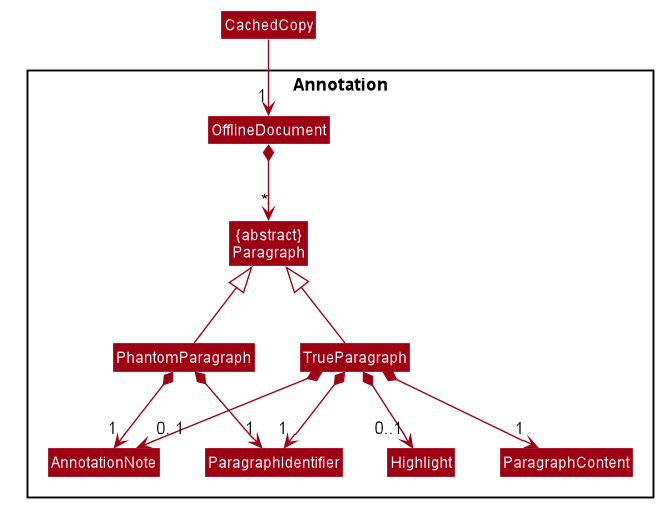
The PlantUML diagram images/AnnotationPackageClassDiagram.png in AY1920S1-CS2103T-T13-4/main, before a commit.
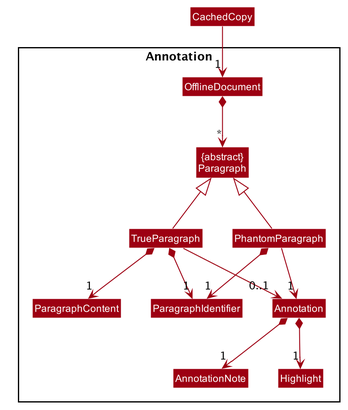
After the change.

Change to the diagram source:
```diff
@@ -53,6 +53,7 @@
 
 Package Annotation {
 Class "{abstract}\nParagraph" as Paragraph
+Class Annotation
 Class AnnotationNote
 Class Highlight
 Class OfflineDocument
@@ -70,12 +71,16 @@
 TrueParagraph -up-|> Paragraph
 PhantomParagraph -up-|> Paragraph
 
+TrueParagraph -[hidden]right-> PhantomParagraph
+
 PhantomParagraph *--> "1" ParagraphIdentifier
-PhantomParagraph *--> "1" AnnotationNote
+PhantomParagraph --> "1" Annotation
 
 TrueParagraph *--> "1" ParagraphIdentifier
 TrueParagraph *--> "1" ParagraphContent
-TrueParagraph *--> "0..1" AnnotationNote
-TrueParagraph *--> "0..1" Highlight
+TrueParagraph --> "0..1" Annotation
+
+Annotation *--> "1" AnnotationNote
+Annotation *--> "1" Highlight
 
 @enduml
```
